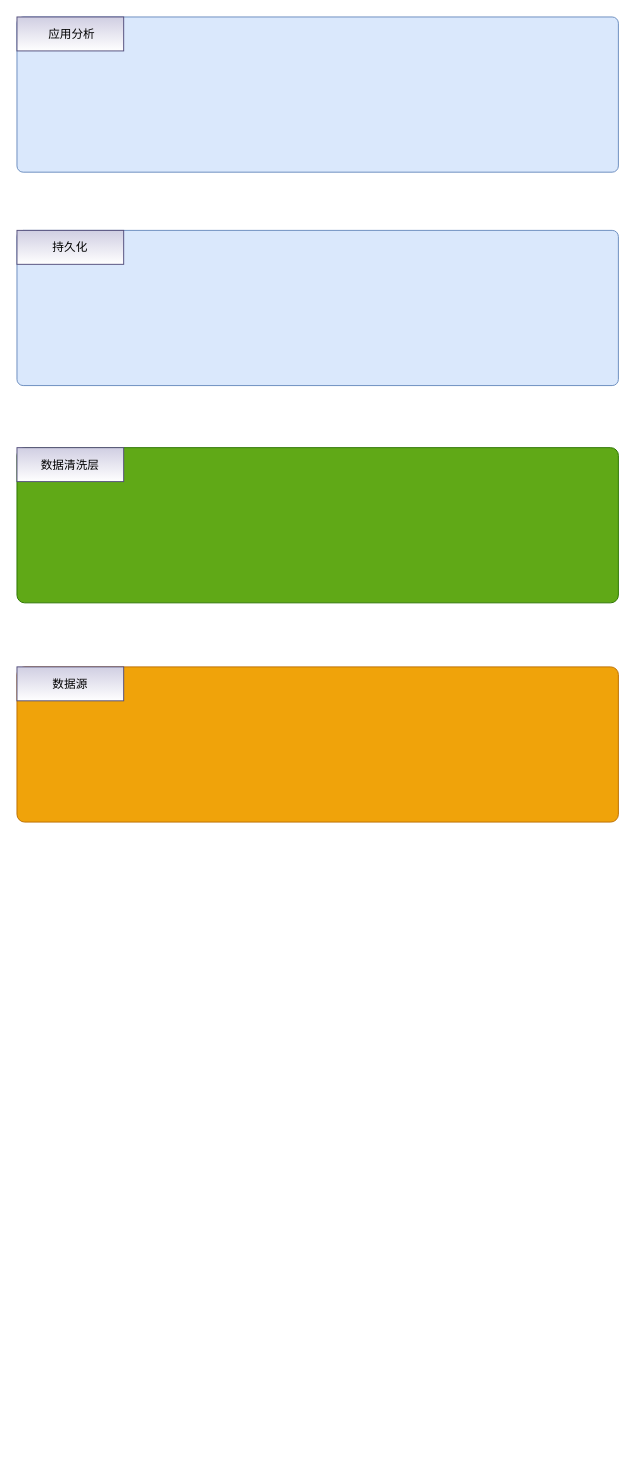
hustpawpaw/charts keeps this draw.io diagram as 全域流量中控平台_实时数仓.drawio. Above is the earlier version. Source tidied: cells renumbered, new cells numbered last; positions are measured from the earlier drawing's top-left corner, leaving out a move shared by most shapes. Both pictures are drawn from the tidied source at 97%, with x=0, y=0 at pixel (16, 16).
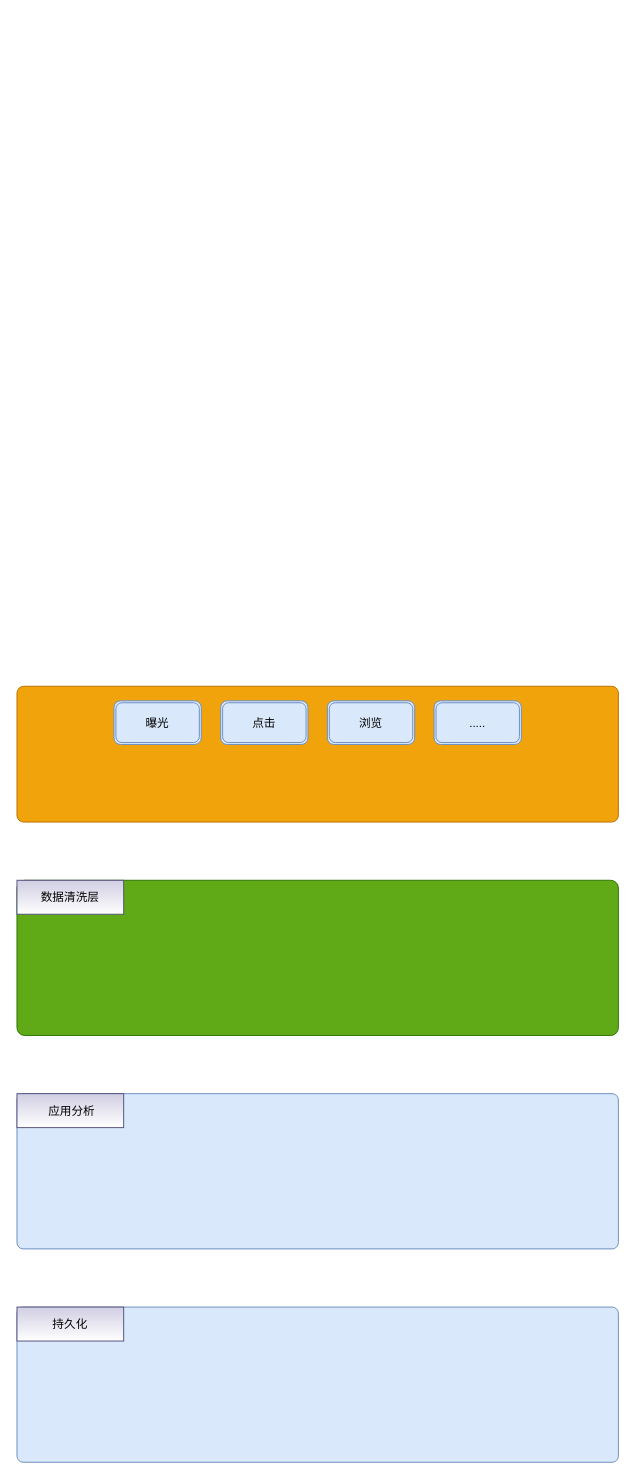
The same page after the edit.

Commit message:
Update 全域流量中控平台_实时数仓.drawio

Change to the diagram source:
```diff
@@
 <mxGraphModel>
   <root>
     <mxCell id="0" />
     <mxCell id="1" parent="0" />
     <mxCell id="2" style="rounded=1;whiteSpace=wrap;html=1;fillColor=#dae8fc;strokeColor=#6c8ebf;arcSize=4;" parent="1" vertex="1">
-      <mxGeometry y="220" width="620" height="160" as="geometry" />
+      <mxGeometry y="1330" width="620" height="160" as="geometry" />
     </mxCell>
     <mxCell id="3" style="rounded=1;whiteSpace=wrap;html=1;" parent="1" vertex="1">
-      <mxGeometry x="230" y="520" width="120" height="60" as="geometry" />
+      <mxGeometry x="230" y="966" width="120" height="60" as="geometry" />
     </mxCell>
     <mxCell id="4" style="rounded=1;whiteSpace=wrap;html=1;fillColor=#60a917;strokeColor=#2D7600;arcSize=5;fontColor=#ffffff;" parent="1" vertex="1">
-      <mxGeometry y="444" width="620" height="160" as="geometry" />
+      <mxGeometry y="890" width="620" height="160" as="geometry" />
     </mxCell>
     <mxCell id="5" style="rounded=1;whiteSpace=wrap;html=1;fillColor=#f0a30a;strokeColor=#BD7000;arcSize=5;fontColor=#ffffff;" parent="1" vertex="1">
-      <mxGeometry y="670" width="620" height="160" as="geometry" />
+      <mxGeometry y="690" width="620" height="140" as="geometry" />
     </mxCell>
-    <mxCell id="6" value="数据源" style="rounded=1;whiteSpace=wrap;html=1;fillColor=#d0cee2;strokeColor=#56517e;arcSize=0;gradientColor=#ffffff;" parent="1" vertex="1">
-      <mxGeometry y="670" width="110" height="35" as="geometry" />
-    </mxCell>
     <mxCell id="7" value="数据清洗层" style="rounded=1;whiteSpace=wrap;html=1;fillColor=#d0cee2;strokeColor=#56517e;arcSize=0;gradientColor=#ffffff;" parent="1" vertex="1">
-      <mxGeometry y="444" width="110" height="35" as="geometry" />
+      <mxGeometry y="890" width="110" height="35" as="geometry" />
     </mxCell>
     <mxCell id="8" value="持久化" style="rounded=1;whiteSpace=wrap;html=1;fillColor=#d0cee2;strokeColor=#56517e;arcSize=0;gradientColor=#ffffff;" parent="1" vertex="1">
-      <mxGeometry y="220" width="110" height="35" as="geometry" />
+      <mxGeometry y="1330" width="110" height="35" as="geometry" />
     </mxCell>
     <mxCell id="9" style="rounded=1;whiteSpace=wrap;html=1;fillColor=#dae8fc;strokeColor=#6c8ebf;arcSize=4;" parent="1" vertex="1">
-      <mxGeometry width="620" height="160" as="geometry" />
+      <mxGeometry y="1110" width="620" height="160" as="geometry" />
     </mxCell>
     <mxCell id="10" value="&amp;nbsp;应用分析" style="rounded=1;whiteSpace=wrap;html=1;fillColor=#d0cee2;strokeColor=#56517e;arcSize=0;gradientColor=#ffffff;" parent="1" vertex="1">
-      <mxGeometry width="110" height="35" as="geometry" />
+      <mxGeometry y="1110" width="110" height="35" as="geometry" />
     </mxCell>
+    <mxCell id="11" value="曝光" style="shape=ext;double=1;rounded=1;whiteSpace=wrap;html=1;fillColor=#dae8fc;strokeColor=#6c8ebf;" parent="1" vertex="1">
+      <mxGeometry x="100" y="705" width="90" height="45" as="geometry" />
+    </mxCell>
+    <mxCell id="12" value="点击" style="shape=ext;double=1;rounded=1;whiteSpace=wrap;html=1;fillColor=#dae8fc;strokeColor=#6c8ebf;" parent="1" vertex="1">
+      <mxGeometry x="210" y="705" width="90" height="45" as="geometry" />
+    </mxCell>
+    <mxCell id="13" value="浏览" style="shape=ext;double=1;rounded=1;whiteSpace=wrap;html=1;fillColor=#dae8fc;strokeColor=#6c8ebf;" parent="1" vertex="1">
+      <mxGeometry x="320" y="705" width="90" height="45" as="geometry" />
+    </mxCell>
+    <mxCell id="14" value="....." style="shape=ext;double=1;rounded=1;whiteSpace=wrap;html=1;fillColor=#dae8fc;strokeColor=#6c8ebf;" parent="1" vertex="1">
+      <mxGeometry x="430" y="705" width="90" height="45" as="geometry" />
+    </mxCell>
   </root>
 </mxGraphModel>
```
